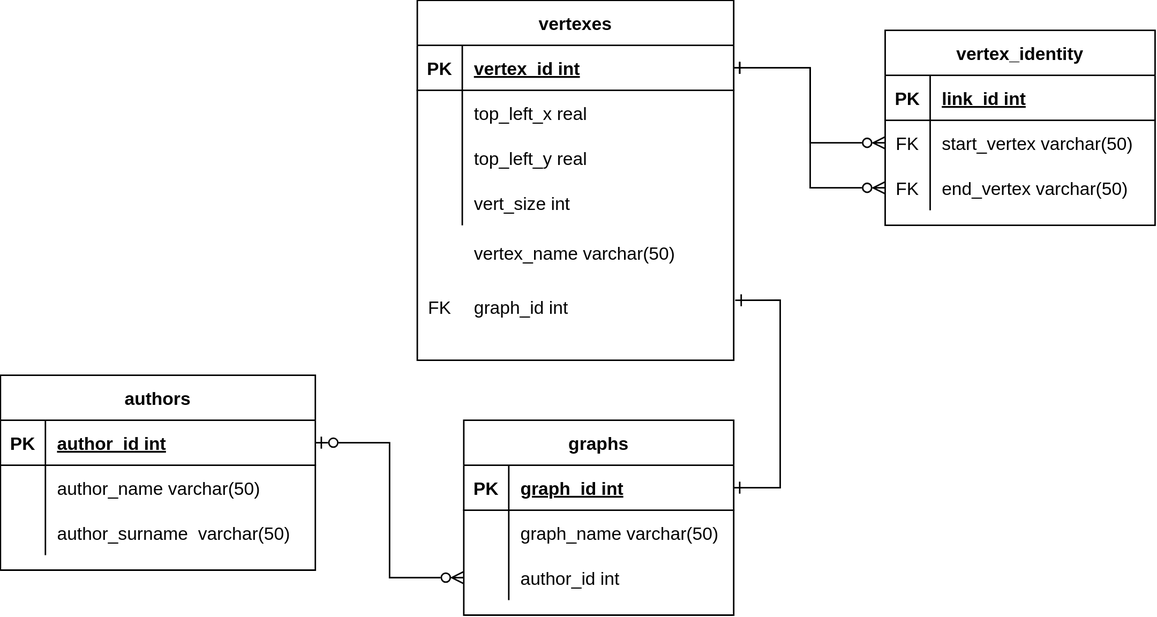
The draw.io diagram 6/DataBase/lab_6/lab_1.drawio.svg in MrAnderson1110/Education, before a commit. Source tidied: cells renumbered, new cells last; positions are measured from the earlier drawing's top-left corner, leaving out a move shared by most shapes. Source of this version:
```xml
<mxGraphModel>
  <root>
    <mxCell id="0" />
    <mxCell id="1" parent="0" />
    <mxCell id="2" value="authors" style="shape=table;startSize=30;rowLines=0;fontStyle=1;align=center;" parent="1" vertex="1">
      <mxGeometry y="250" width="210" height="130" as="geometry" />
    </mxCell>
    <mxCell id="3" style="shape=tableRow;horizontal=0;startSize=0;swimlaneHead=0;swimlaneBody=0;fillColor=none;points=[[0,0.5],[1,0.5]];portConstraint=eastwest;top=0;left=0;right=0;bottom=1;" parent="2" vertex="1">
      <mxGeometry y="30" width="210" height="30" as="geometry" />
    </mxCell>
    <mxCell id="4" value="PK" style="shape=partialRectangle;fillColor=none;top=0;left=0;bottom=0;right=0;fontStyle=1;overflow=hidden;" parent="3" vertex="1">
      <mxGeometry width="30" height="30" as="geometry" />
    </mxCell>
    <mxCell id="5" value="author_id int" style="shape=partialRectangle;fillColor=none;top=0;left=0;bottom=0;right=0;align=left;spacingLeft=6;fontStyle=5;overflow=hidden;" parent="3" vertex="1">
      <mxGeometry x="30" width="180" height="30" as="geometry" />
    </mxCell>
    <mxCell id="6" style="shape=tableRow;horizontal=0;startSize=0;swimlaneHead=0;swimlaneBody=0;fillColor=none;top=0;left=0;right=0;bottom=0;" parent="2" vertex="1">
      <mxGeometry y="60" width="210" height="30" as="geometry" />
    </mxCell>
    <mxCell id="7" style="shape=partialRectangle;fillColor=none;top=0;left=0;bottom=0;right=0;overflow=hidden;" parent="6" vertex="1">
      <mxGeometry width="30" height="30" as="geometry" />
    </mxCell>
    <mxCell id="8" value="author_name varchar(50)" style="shape=partialRectangle;fillColor=none;top=0;left=0;bottom=0;right=0;align=left;spacingLeft=6;overflow=hidden;" parent="6" vertex="1">
      <mxGeometry x="30" width="180" height="30" as="geometry" />
    </mxCell>
    <mxCell id="9" style="shape=tableRow;horizontal=0;startSize=0;swimlaneHead=0;swimlaneBody=0;fillColor=none;top=0;left=0;right=0;bottom=0;" parent="2" vertex="1">
      <mxGeometry y="90" width="210" height="30" as="geometry" />
    </mxCell>
    <mxCell id="10" style="shape=partialRectangle;fillColor=none;top=0;left=0;bottom=0;right=0;overflow=hidden;" parent="9" vertex="1">
      <mxGeometry width="30" height="30" as="geometry" />
    </mxCell>
    <mxCell id="11" value="author_surname  varchar(50)" style="shape=partialRectangle;fillColor=none;top=0;left=0;bottom=0;right=0;align=left;spacingLeft=6;overflow=hidden;" parent="9" vertex="1">
      <mxGeometry x="30" width="180" height="30" as="geometry" />
    </mxCell>
    <mxCell id="12" style="edgeStyle=orthogonalEdgeStyle;rounded=0;jettySize=auto;html=1;endArrow=ERzeroToOne;endFill=0;startArrow=ERzeroToMany;startFill=0;" parent="1" edge="1" source="55" target="3">
      <mxGeometry relative="1" as="geometry" />
    </mxCell>
    <mxCell id="13" style="edgeStyle=orthogonalEdgeStyle;rounded=0;jettySize=auto;html=1;endArrow=ERzeroToMany;endFill=0;startArrow=ERone;startFill=0;exitX=1;exitY=0.5;exitDx=0;exitDy=0;" parent="1" edge="1" source="32" target="19">
      <mxGeometry relative="1" as="geometry">
        <Array as="points">
          <mxPoint x="540" y="45" />
          <mxPoint x="540" y="95" />
        </Array>
      </mxGeometry>
    </mxCell>
    <mxCell id="14" style="shape=tableRow;horizontal=0;startSize=0;swimlaneHead=0;swimlaneBody=0;fillColor=none;top=0;left=0;right=0;bottom=0;" parent="1" vertex="1">
      <mxGeometry x="294" y="200" width="180" height="30" as="geometry" />
    </mxCell>
    <mxCell id="15" value="vertex_identity" style="shape=table;startSize=30;rowLines=0;fontStyle=1;align=center;" parent="1" vertex="1">
      <mxGeometry x="590" y="20" width="180" height="130" as="geometry" />
    </mxCell>
    <mxCell id="16" style="shape=tableRow;horizontal=0;startSize=0;swimlaneHead=0;swimlaneBody=0;fillColor=none;top=0;left=0;right=0;bottom=1;" parent="15" vertex="1">
      <mxGeometry y="30" width="180" height="30" as="geometry" />
    </mxCell>
    <mxCell id="17" value="PK" style="shape=partialRectangle;fillColor=none;top=0;left=0;bottom=0;right=0;fontStyle=1;overflow=hidden;" parent="16" vertex="1">
      <mxGeometry width="30" height="30" as="geometry" />
    </mxCell>
    <mxCell id="18" value="link_id int" style="shape=partialRectangle;fillColor=none;top=0;left=0;bottom=0;right=0;align=left;spacingLeft=6;fontStyle=5;overflow=hidden;" parent="16" vertex="1">
      <mxGeometry x="30" width="150" height="30" as="geometry" />
    </mxCell>
    <mxCell id="19" style="shape=tableRow;horizontal=0;startSize=0;swimlaneHead=0;swimlaneBody=0;fillColor=none;points=[[0,0.5],[1,0.5]];portConstraint=eastwest;top=0;left=0;right=0;bottom=0;" parent="15" vertex="1">
      <mxGeometry y="60" width="180" height="30" as="geometry" />
    </mxCell>
    <mxCell id="20" value="FK" style="shape=partialRectangle;fillColor=none;top=0;left=0;bottom=0;right=0;overflow=hidden;" parent="19" vertex="1">
      <mxGeometry width="30" height="30" as="geometry" />
    </mxCell>
    <mxCell id="21" value="start_vertex varchar(50)" style="shape=partialRectangle;fillColor=none;top=0;left=0;bottom=0;right=0;align=left;spacingLeft=6;overflow=hidden;" parent="19" vertex="1">
      <mxGeometry x="30" width="150" height="30" as="geometry" />
    </mxCell>
    <mxCell id="22" style="shape=tableRow;horizontal=0;startSize=0;swimlaneHead=0;swimlaneBody=0;fillColor=none;points=[[0,0.5],[1,0.5]];portConstraint=eastwest;top=0;left=0;right=0;bottom=0;" parent="15" vertex="1">
      <mxGeometry y="90" width="180" height="30" as="geometry" />
    </mxCell>
    <mxCell id="23" value="FK" style="shape=partialRectangle;fillColor=none;top=0;left=0;bottom=0;right=0;overflow=hidden;" parent="22" vertex="1">
      <mxGeometry width="30" height="30" as="geometry" />
    </mxCell>
    <mxCell id="24" value="end_vertex varchar(50)" style="shape=partialRectangle;fillColor=none;top=0;left=0;bottom=0;right=0;align=left;spacingLeft=6;overflow=hidden;" parent="22" vertex="1">
      <mxGeometry x="30" width="150" height="30" as="geometry" />
    </mxCell>
    <mxCell id="25" style="shape=tableRow;horizontal=0;startSize=0;swimlaneHead=0;swimlaneBody=0;fillColor=none;top=0;left=0;right=0;bottom=0;" parent="1" vertex="1">
      <mxGeometry x="280" y="140" width="210" height="30" as="geometry" />
    </mxCell>
    <mxCell id="26" style="edgeStyle=orthogonalEdgeStyle;rounded=0;jettySize=auto;html=1;startArrow=ERone;startFill=0;endArrow=ERone;endFill=0;" parent="1" edge="1" source="49">
      <mxGeometry relative="1" as="geometry">
        <mxPoint x="490" y="200" as="targetPoint" />
        <Array as="points">
          <mxPoint x="520" y="325" />
          <mxPoint x="520" y="200" />
        </Array>
      </mxGeometry>
    </mxCell>
    <mxCell id="27" style="edgeStyle=orthogonalEdgeStyle;rounded=0;jettySize=auto;html=1;startArrow=ERone;startFill=0;endArrow=ERzeroToMany;endFill=0;exitX=1;exitY=0.5;exitDx=0;exitDy=0;" parent="1" edge="1" source="32" target="22">
      <mxGeometry relative="1" as="geometry">
        <Array as="points">
          <mxPoint x="540" y="45" />
          <mxPoint x="540" y="125" />
        </Array>
      </mxGeometry>
    </mxCell>
    <mxCell id="28" style="shape=partialRectangle;fillColor=none;top=0;left=0;bottom=0;right=0;overflow=hidden;" parent="1" vertex="1">
      <mxGeometry x="270" y="10" width="30" height="30" as="geometry" />
    </mxCell>
    <mxCell id="29" style="group;" parent="1" vertex="1">
      <mxGeometry x="278" width="211" height="240" as="geometry" />
    </mxCell>
    <mxCell id="30" style="group;" parent="29" vertex="1">
      <mxGeometry width="211" height="240" as="geometry" />
    </mxCell>
    <mxCell id="31" value="vertexes" style="shape=table;startSize=30;rowLines=0;fontStyle=1;align=center;" parent="30" vertex="1">
      <mxGeometry width="211" height="240" as="geometry" />
    </mxCell>
    <mxCell id="32" style="shape=tableRow;horizontal=0;startSize=0;swimlaneHead=0;swimlaneBody=0;fillColor=none;points=[[0,0.5],[1,0.5]];portConstraint=eastwest;top=0;left=0;right=0;bottom=1;" parent="31" vertex="1">
      <mxGeometry y="30" width="211" height="30" as="geometry" />
    </mxCell>
    <mxCell id="33" value="PK" style="shape=partialRectangle;fillColor=none;top=0;left=0;bottom=0;right=0;fontStyle=1;overflow=hidden;" parent="32" vertex="1">
      <mxGeometry width="30" height="30" as="geometry" />
    </mxCell>
    <mxCell id="34" value="vertex_id int" style="shape=partialRectangle;fillColor=none;top=0;left=0;bottom=0;right=0;align=left;spacingLeft=6;fontStyle=5;overflow=hidden;" parent="32" vertex="1">
      <mxGeometry x="30" width="181" height="30" as="geometry" />
    </mxCell>
    <mxCell id="35" style="shape=tableRow;horizontal=0;startSize=0;swimlaneHead=0;swimlaneBody=0;fillColor=none;top=0;left=0;right=0;bottom=0;" parent="31" vertex="1">
      <mxGeometry y="60" width="211" height="30" as="geometry" />
    </mxCell>
    <mxCell id="36" style="shape=partialRectangle;fillColor=none;top=0;left=0;bottom=0;right=0;overflow=hidden;" parent="35" vertex="1">
      <mxGeometry width="30" height="30" as="geometry" />
    </mxCell>
    <mxCell id="37" value="top_left_x real" style="shape=partialRectangle;fillColor=none;top=0;left=0;bottom=0;right=0;align=left;spacingLeft=6;overflow=hidden;" parent="35" vertex="1">
      <mxGeometry x="30" width="181" height="30" as="geometry" />
    </mxCell>
    <mxCell id="38" style="shape=tableRow;horizontal=0;startSize=0;swimlaneHead=0;swimlaneBody=0;fillColor=none;top=0;left=0;right=0;bottom=0;" parent="31" vertex="1">
      <mxGeometry y="90" width="211" height="30" as="geometry" />
    </mxCell>
    <mxCell id="39" style="shape=partialRectangle;fillColor=none;top=0;left=0;bottom=0;right=0;overflow=hidden;" parent="38" vertex="1">
      <mxGeometry width="30" height="30" as="geometry" />
    </mxCell>
    <mxCell id="40" value="top_left_y real" style="shape=partialRectangle;fillColor=none;top=0;left=0;bottom=0;right=0;align=left;spacingLeft=6;overflow=hidden;" parent="38" vertex="1">
      <mxGeometry x="30" width="181" height="30" as="geometry" />
    </mxCell>
    <mxCell id="41" style="shape=tableRow;horizontal=0;startSize=0;swimlaneHead=0;swimlaneBody=0;fillColor=none;top=0;left=0;right=0;bottom=0;" parent="31" vertex="1">
      <mxGeometry y="120" width="211" height="30" as="geometry" />
    </mxCell>
    <mxCell id="42" style="shape=partialRectangle;fillColor=none;top=0;left=0;bottom=0;right=0;overflow=hidden;" parent="41" vertex="1">
      <mxGeometry width="30" height="30" as="geometry" />
    </mxCell>
    <mxCell id="43" value="vert_size int" style="shape=partialRectangle;fillColor=none;top=0;left=0;bottom=0;right=0;align=left;spacingLeft=6;overflow=hidden;" parent="41" vertex="1">
      <mxGeometry x="30" width="181" height="30" as="geometry" />
    </mxCell>
    <mxCell id="44" value="graph_id int" style="shape=partialRectangle;fillColor=none;top=0;left=0;bottom=0;right=0;align=left;spacingLeft=6;overflow=hidden;" parent="30" vertex="1">
      <mxGeometry x="30" y="186.3" width="181" height="36.3" as="geometry" />
    </mxCell>
    <mxCell id="45" value="FK" style="shape=partialRectangle;fillColor=none;top=0;left=0;bottom=0;right=0;overflow=hidden;" parent="30" vertex="1">
      <mxGeometry y="186.3" width="30" height="36.3" as="geometry" />
    </mxCell>
    <mxCell id="46" value="vertex_name varchar(50)" style="shape=partialRectangle;fillColor=none;top=0;left=0;bottom=0;right=0;align=left;spacingLeft=6;overflow=hidden;" parent="30" vertex="1">
      <mxGeometry x="30" y="150" width="181" height="36.3" as="geometry" />
    </mxCell>
    <mxCell id="47" style="shape=partialRectangle;fillColor=none;top=0;left=0;bottom=0;right=0;overflow=hidden;" parent="30" vertex="1">
      <mxGeometry y="150" width="30" height="36.3" as="geometry" />
    </mxCell>
    <mxCell id="48" value="graphs" style="shape=table;startSize=30;rowLines=0;fontStyle=1;align=center;" parent="1" vertex="1">
      <mxGeometry x="309" y="280" width="180" height="130" as="geometry" />
    </mxCell>
    <mxCell id="49" style="shape=tableRow;horizontal=0;startSize=0;swimlaneHead=0;swimlaneBody=0;fillColor=none;points=[[0,0.5],[1,0.5]];portConstraint=eastwest;top=0;left=0;right=0;bottom=1;" parent="48" vertex="1">
      <mxGeometry y="30" width="180" height="30" as="geometry" />
    </mxCell>
    <mxCell id="50" value="PK" style="shape=partialRectangle;fillColor=none;top=0;left=0;bottom=0;right=0;fontStyle=1;overflow=hidden;" parent="49" vertex="1">
      <mxGeometry width="30" height="30" as="geometry" />
    </mxCell>
    <mxCell id="51" value="graph_id int" style="shape=partialRectangle;fillColor=none;top=0;left=0;bottom=0;right=0;align=left;spacingLeft=6;fontStyle=5;overflow=hidden;" parent="49" vertex="1">
      <mxGeometry x="30" width="150" height="30" as="geometry" />
    </mxCell>
    <mxCell id="52" style="shape=tableRow;horizontal=0;startSize=0;swimlaneHead=0;swimlaneBody=0;fillColor=none;top=0;left=0;right=0;bottom=0;" parent="48" vertex="1">
      <mxGeometry y="60" width="180" height="30" as="geometry" />
    </mxCell>
    <mxCell id="53" style="shape=partialRectangle;fillColor=none;top=0;left=0;bottom=0;right=0;overflow=hidden;" parent="52" vertex="1">
      <mxGeometry width="30" height="30" as="geometry" />
    </mxCell>
    <mxCell id="54" value="graph_name varchar(50)" style="shape=partialRectangle;fillColor=none;top=0;left=0;bottom=0;right=0;align=left;spacingLeft=6;overflow=hidden;" parent="52" vertex="1">
      <mxGeometry x="30" width="150" height="30" as="geometry" />
    </mxCell>
    <mxCell id="55" style="shape=tableRow;horizontal=0;startSize=0;swimlaneHead=0;swimlaneBody=0;fillColor=none;points=[[0,0.5],[1,0.5]];portConstraint=eastwest;top=0;left=0;right=0;bottom=0;" parent="48" vertex="1">
      <mxGeometry y="90" width="180" height="30" as="geometry" />
    </mxCell>
    <mxCell id="56" style="shape=partialRectangle;fillColor=none;top=0;left=0;bottom=0;right=0;overflow=hidden;" parent="55" vertex="1">
      <mxGeometry width="30" height="30" as="geometry" />
    </mxCell>
    <mxCell id="57" value="author_id int" style="shape=partialRectangle;fillColor=none;top=0;left=0;bottom=0;right=0;align=left;spacingLeft=6;overflow=hidden;" parent="55" vertex="1">
      <mxGeometry x="30" width="150" height="30" as="geometry" />
    </mxCell>
  </root>
</mxGraphModel>
```
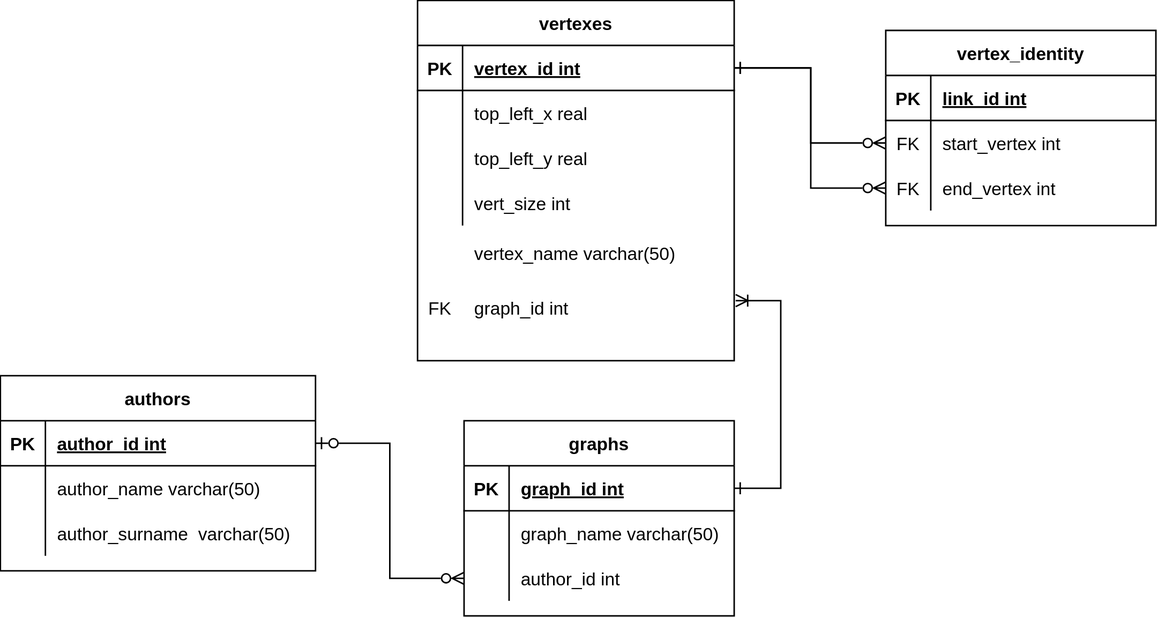
Later version of the same file.

Change to the diagram source:
```diff
@@ -64,7 +64,7 @@
     <mxCell id="20" value="FK" style="shape=partialRectangle;fillColor=none;top=0;left=0;bottom=0;right=0;overflow=hidden;" parent="19" vertex="1">
       <mxGeometry width="30" height="30" as="geometry" />
     </mxCell>
-    <mxCell id="21" value="start_vertex varchar(50)" style="shape=partialRectangle;fillColor=none;top=0;left=0;bottom=0;right=0;align=left;spacingLeft=6;overflow=hidden;" parent="19" vertex="1">
+    <mxCell id="21" value="start_vertex int" style="shape=partialRectangle;fillColor=none;top=0;left=0;bottom=0;right=0;align=left;spacingLeft=6;overflow=hidden;" parent="19" vertex="1">
       <mxGeometry x="30" width="150" height="30" as="geometry" />
     </mxCell>
     <mxCell id="22" style="shape=tableRow;horizontal=0;startSize=0;swimlaneHead=0;swimlaneBody=0;fillColor=none;points=[[0,0.5],[1,0.5]];portConstraint=eastwest;top=0;left=0;right=0;bottom=0;" parent="15" vertex="1">
@@ -73,13 +73,13 @@
     <mxCell id="23" value="FK" style="shape=partialRectangle;fillColor=none;top=0;left=0;bottom=0;right=0;overflow=hidden;" parent="22" vertex="1">
       <mxGeometry width="30" height="30" as="geometry" />
     </mxCell>
-    <mxCell id="24" value="end_vertex varchar(50)" style="shape=partialRectangle;fillColor=none;top=0;left=0;bottom=0;right=0;align=left;spacingLeft=6;overflow=hidden;" parent="22" vertex="1">
+    <mxCell id="24" value="end_vertex int" style="shape=partialRectangle;fillColor=none;top=0;left=0;bottom=0;right=0;align=left;spacingLeft=6;overflow=hidden;" parent="22" vertex="1">
       <mxGeometry x="30" width="150" height="30" as="geometry" />
     </mxCell>
     <mxCell id="25" style="shape=tableRow;horizontal=0;startSize=0;swimlaneHead=0;swimlaneBody=0;fillColor=none;top=0;left=0;right=0;bottom=0;" parent="1" vertex="1">
       <mxGeometry x="280" y="140" width="210" height="30" as="geometry" />
     </mxCell>
-    <mxCell id="26" style="edgeStyle=orthogonalEdgeStyle;rounded=0;jettySize=auto;html=1;startArrow=ERone;startFill=0;endArrow=ERone;endFill=0;" parent="1" edge="1" source="49">
+    <mxCell id="26" style="edgeStyle=orthogonalEdgeStyle;rounded=0;jettySize=auto;html=1;startArrow=ERone;startFill=0;endArrow=ERoneToMany;endFill=0;" parent="1" edge="1" source="49">
       <mxGeometry relative="1" as="geometry">
         <mxPoint x="490" y="200" as="targetPoint" />
         <Array as="points">
```
